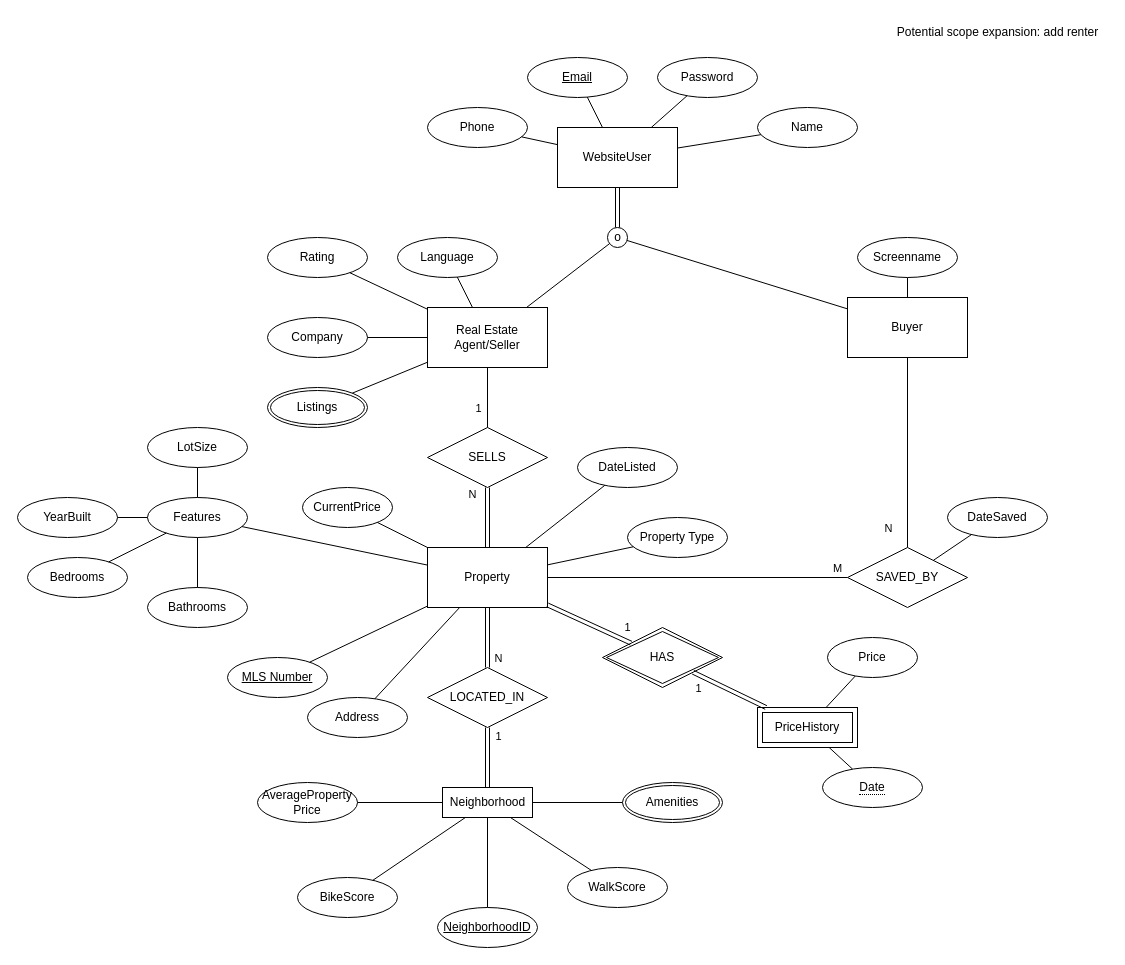
The draw.io diagram page "EER" (1 of 2) of Proposal/608-project-diagrams.drawio in WillKNguyen/608-607Project, before the edit. Source tidied: cells renumbered, new cells numbered last; positions are measured from the earlier drawing's top-left corner, leaving out a move shared by most shapes. Both pictures are drawn from the tidied source at 100%, with x=0, y=0 at pixel (17, 17).
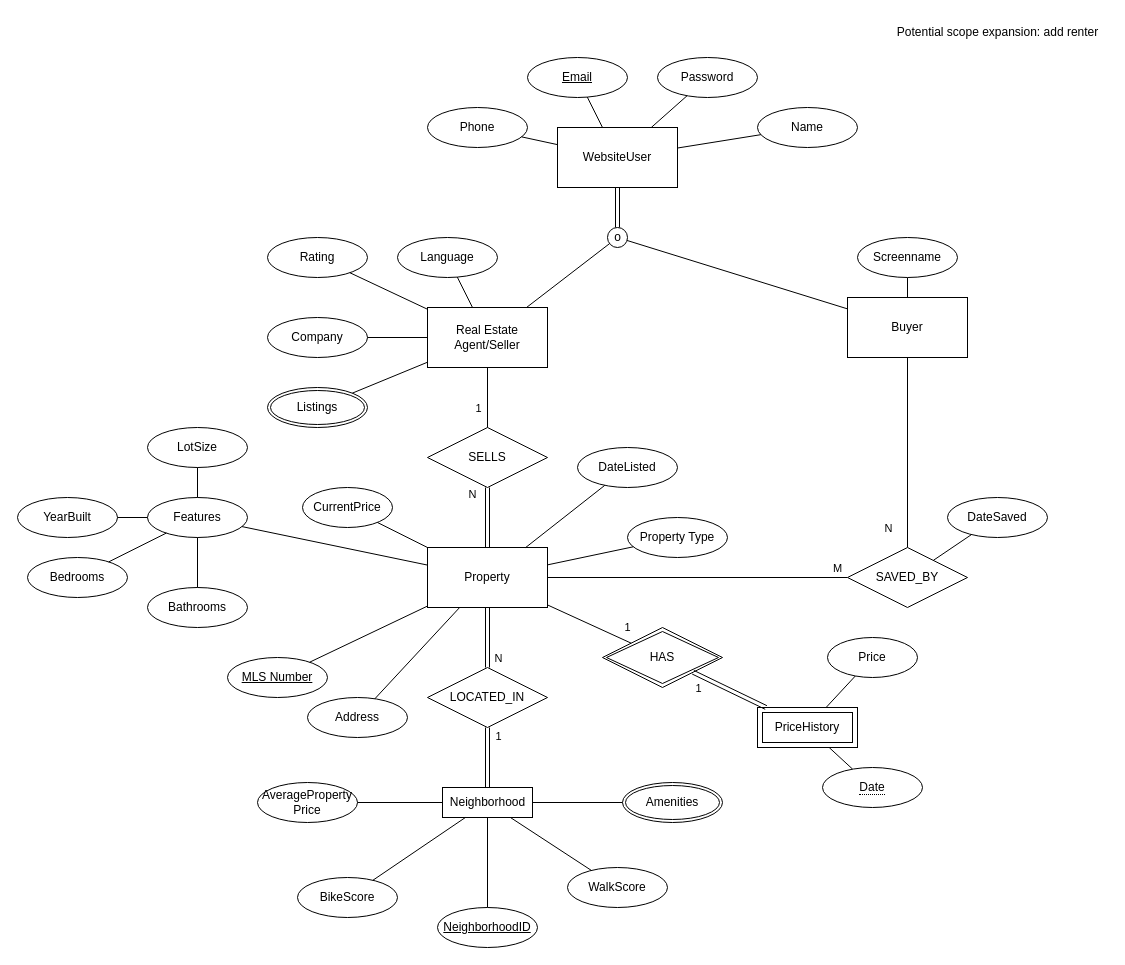
After the change.

Unchanged cells that the change refers to:
```xml
<mxCell id="5" value="Property" style="rounded=0;whiteSpace=wrap;html=1;" parent="1" vertex="1">
  <mxGeometry x="410" y="530" width="120" height="60" as="geometry" />
</mxCell>
<mxCell id="18" value="HAS" style="shape=rhombus;double=1;perimeter=rhombusPerimeter;whiteSpace=wrap;html=1;align=center;" parent="1" vertex="1">
  <mxGeometry x="585" y="610" width="120" height="60" as="geometry" />
</mxCell>
```

What changed in the source:
```diff
@@
-    <mxCell id="83" style="endArrow=none;html=1;rounded=0;shape=link;" parent="1" edge="1" source="18" target="5">
+    <mxCell id="83" style="endArrow=none;html=1;rounded=0;" parent="1" edge="1" source="18" target="5">
       <mxGeometry relative="1" as="geometry" />
     </mxCell>
```
